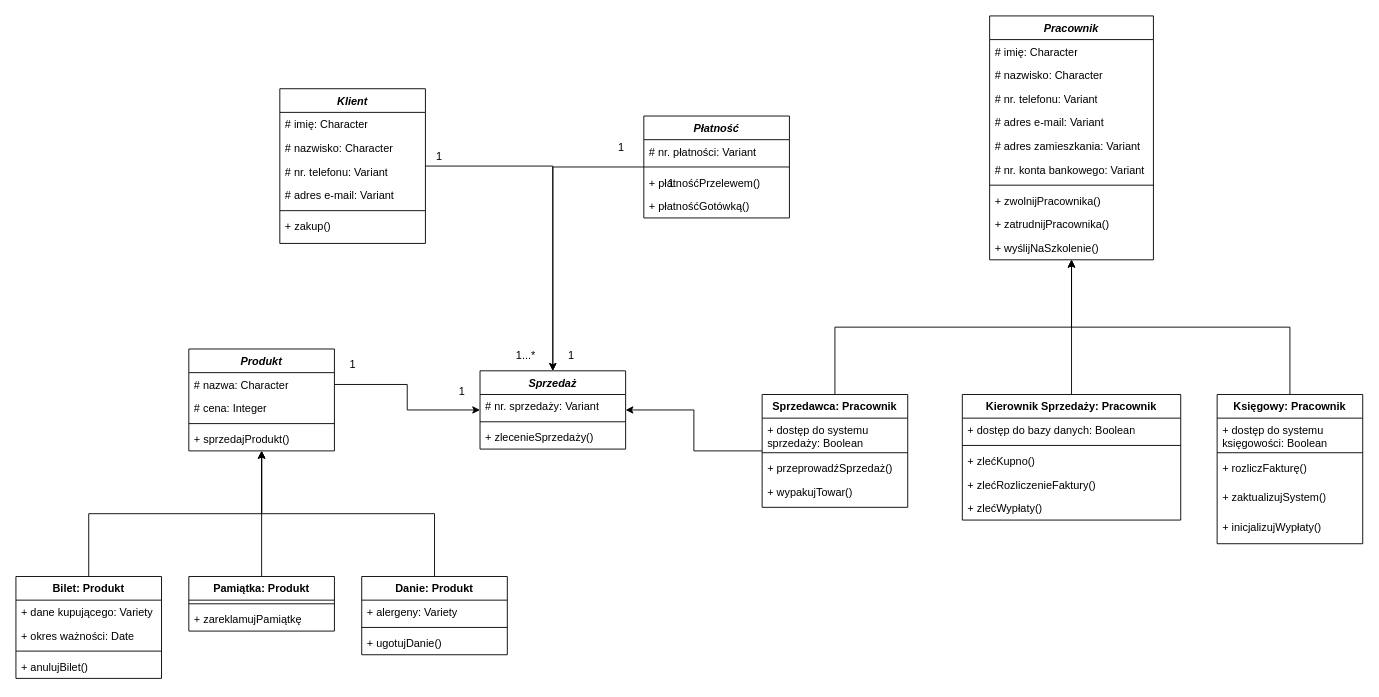
Above: SPRnr4_1_2.drawio in WSZ17/175508_PSI_Projekt_i_Aktualizacje (draw.io), before the change. Source tidied: cells renumbered, new cells numbered last; positions are measured from the earlier drawing's top-left corner, leaving out a move shared by most shapes. Both pictures are drawn from the tidied source at 91%, with x=0, y=0 at pixel (15, 15).
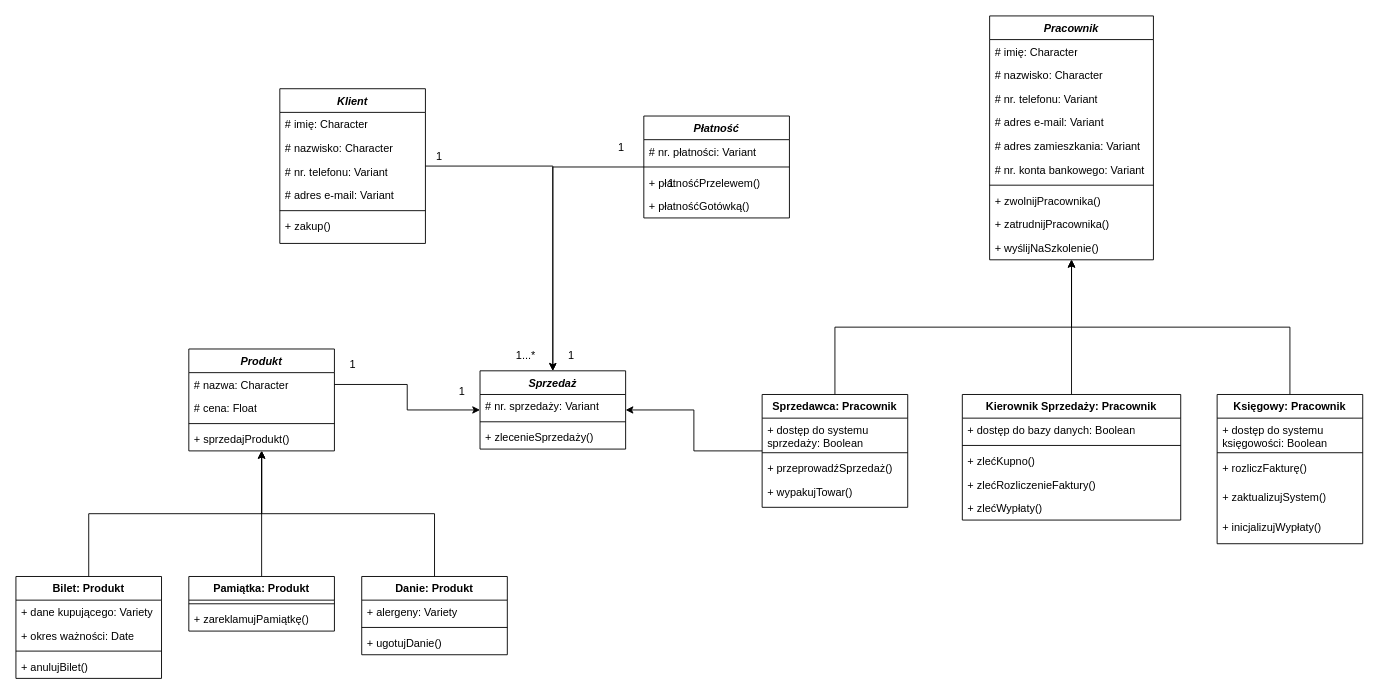
Above is the later version.

The change refers to these unchanged cells:
```xml
<mxCell id="47" value="Pamiątka: Produkt" style="swimlane;fontStyle=1;align=center;verticalAlign=top;horizontal=1;startSize=26;whiteSpace=wrap;html=1;" parent="1" vertex="1">
  <mxGeometry x="190" y="616" width="160" height="60" as="geometry" />
</mxCell>
<mxCell id="55" value="&lt;i&gt;Produkt&lt;/i&gt;" style="swimlane;fontStyle=1;align=center;verticalAlign=top;horizontal=1;startSize=26;whiteSpace=wrap;html=1;" parent="1" vertex="1">
  <mxGeometry x="190" y="366" width="160" height="112" as="geometry" />
</mxCell>
```

Diff of the diagram source:
```diff
@@
-    <mxCell id="49" value="+ zareklamujPamiątkę" style="text;strokeColor=none;fillColor=none;align=left;verticalAlign=top;spacingLeft=4;spacingRight=4;overflow=hidden;whiteSpace=wrap;html=1;" parent="47" vertex="1">
+    <mxCell id="49" value="+ zareklamujPamiątkę()" style="text;strokeColor=none;fillColor=none;align=left;verticalAlign=top;spacingLeft=4;spacingRight=4;overflow=hidden;whiteSpace=wrap;html=1;" parent="47" vertex="1">
       <mxGeometry y="34" width="160" height="26" as="geometry" />
     </mxCell>
@@
-    <mxCell id="57" value="# cena: Integer" style="text;strokeColor=none;fillColor=none;align=left;verticalAlign=top;spacingLeft=4;spacingRight=4;overflow=hidden;whiteSpace=wrap;html=1;" parent="55" vertex="1">
+    <mxCell id="57" value="# cena: Float" style="text;strokeColor=none;fillColor=none;align=left;verticalAlign=top;spacingLeft=4;spacingRight=4;overflow=hidden;whiteSpace=wrap;html=1;" parent="55" vertex="1">
       <mxGeometry y="52" width="160" height="26" as="geometry" />
     </mxCell>
```
